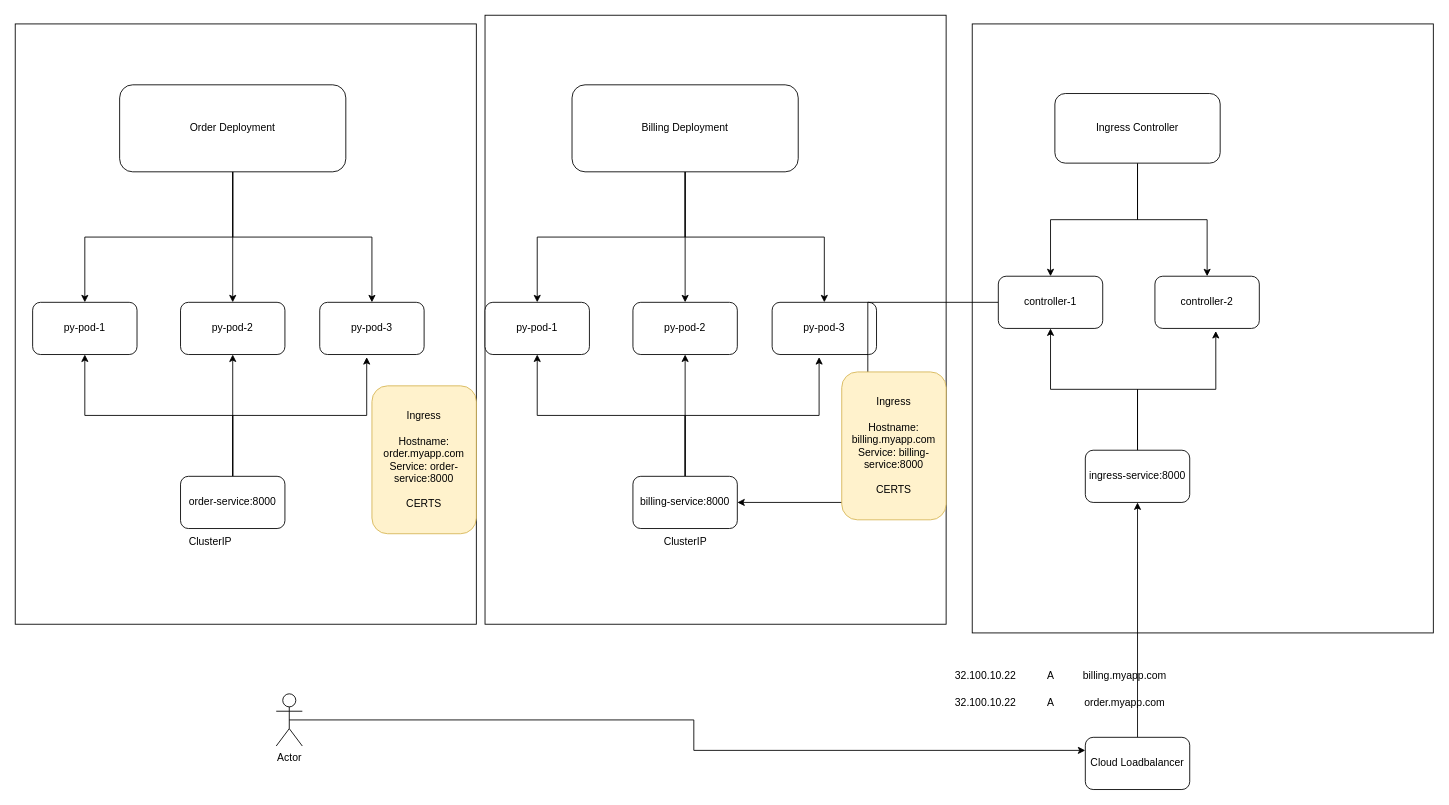
Before: page "ingress" (5 of 6) of diagrams.drawio in nilesh93/CKA-Aug-2021, a draw.io diagram. Source tidied: cells renumbered, new cells numbered last; positions are measured from the earlier drawing's top-left corner, leaving out a move shared by most shapes. Both pictures are drawn from the tidied source at 87%, with x=0, y=0 at pixel (15, 15).
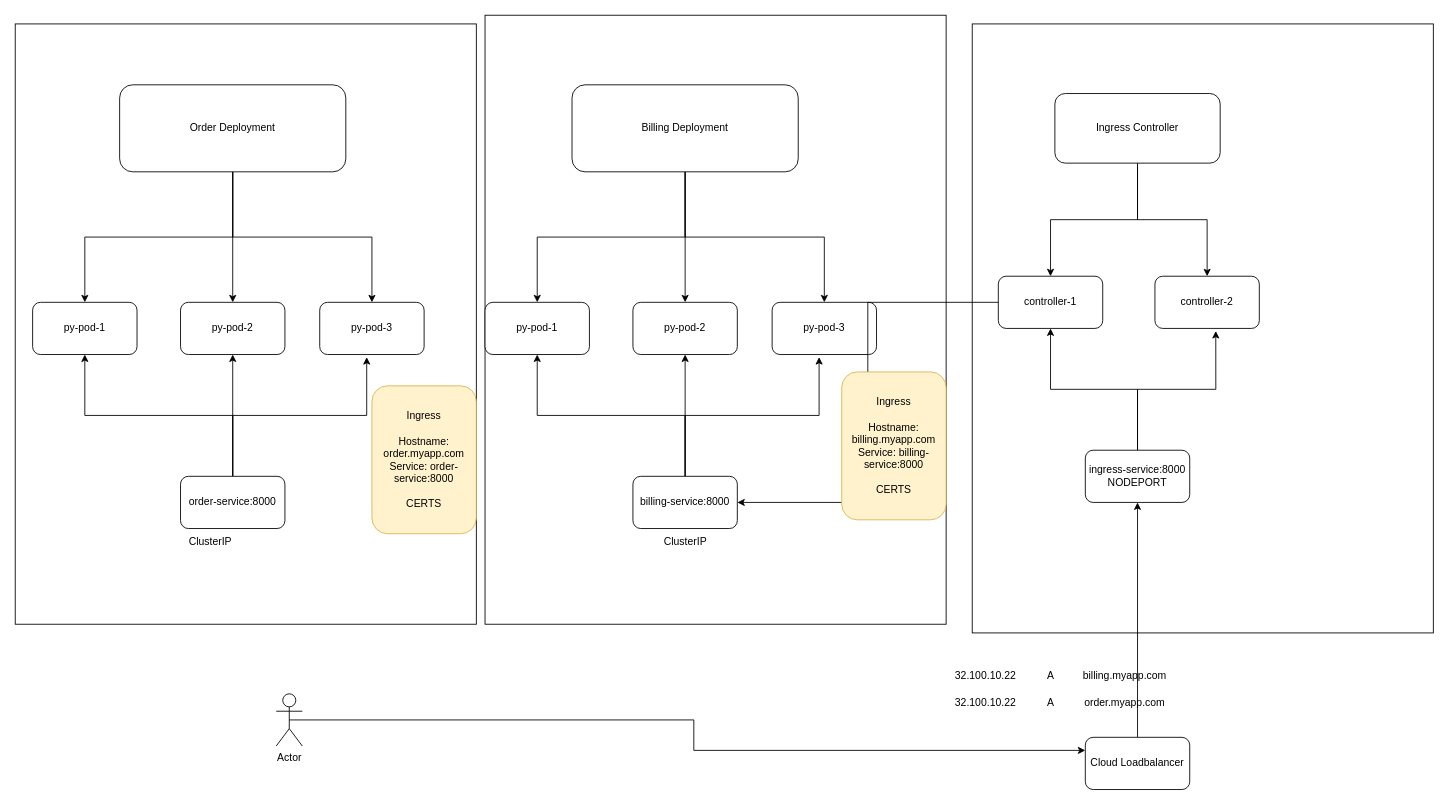
The same diagram, later.

Diff of the diagram source:
```diff
@@
-    <mxCell id="39" value="ingress-service:8000" style="rounded=1;whiteSpace=wrap;html=1;" parent="1" vertex="1">
+    <mxCell id="39" value="ingress-service:8000&lt;br&gt;NODEPORT" style="rounded=1;whiteSpace=wrap;html=1;" parent="1" vertex="1">
       <mxGeometry x="1230" y="500" width="120" height="60" as="geometry" />
     </mxCell>
```
